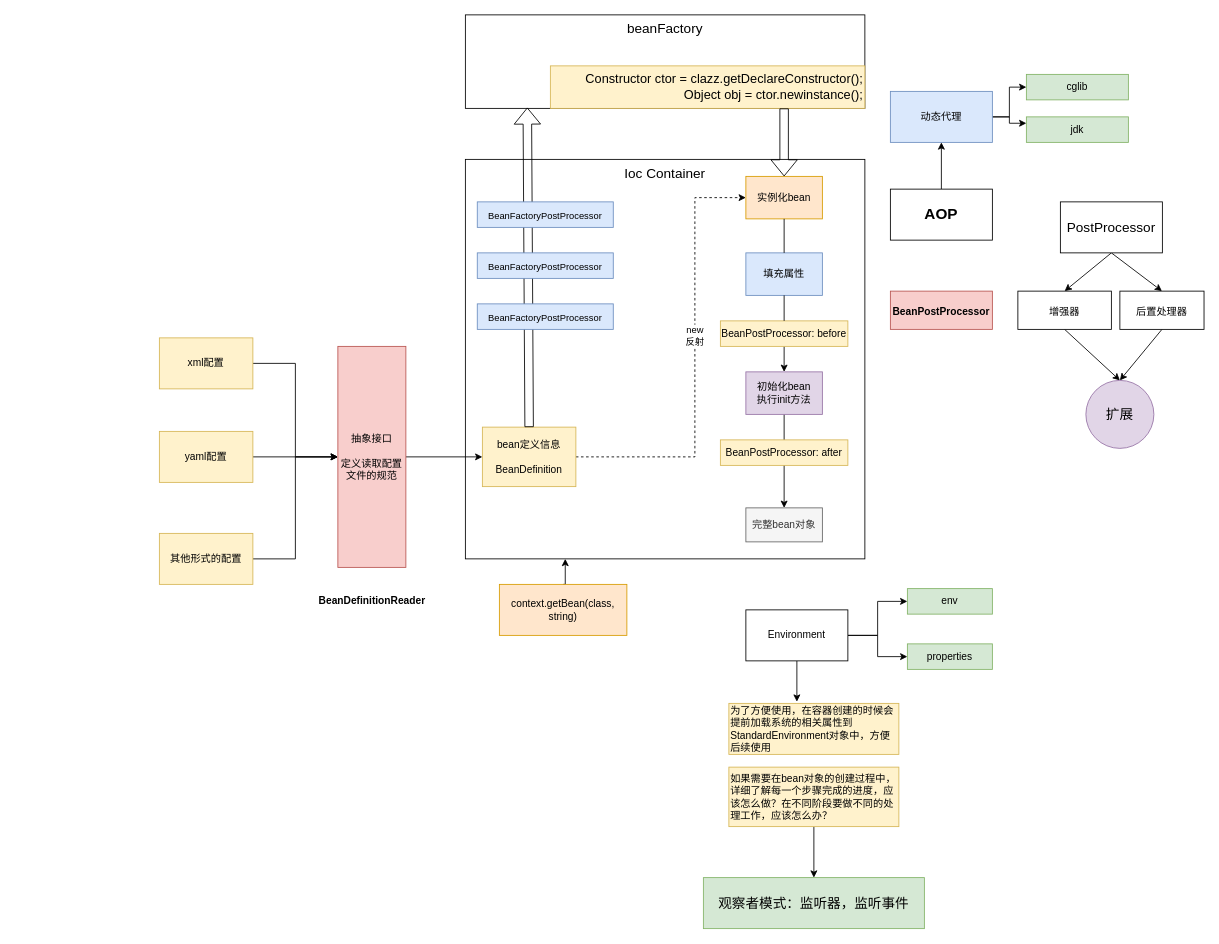
shizimin123/draw keeps this draw.io diagram as java/IOC.drawio. Above is the earlier version. Source tidied: cells renumbered, new cells numbered last; positions are measured from the earlier drawing's top-left corner, leaving out a move shared by most shapes. Both pictures are drawn from the tidied source at 85%, with x=0, y=0 at pixel (159, 14).
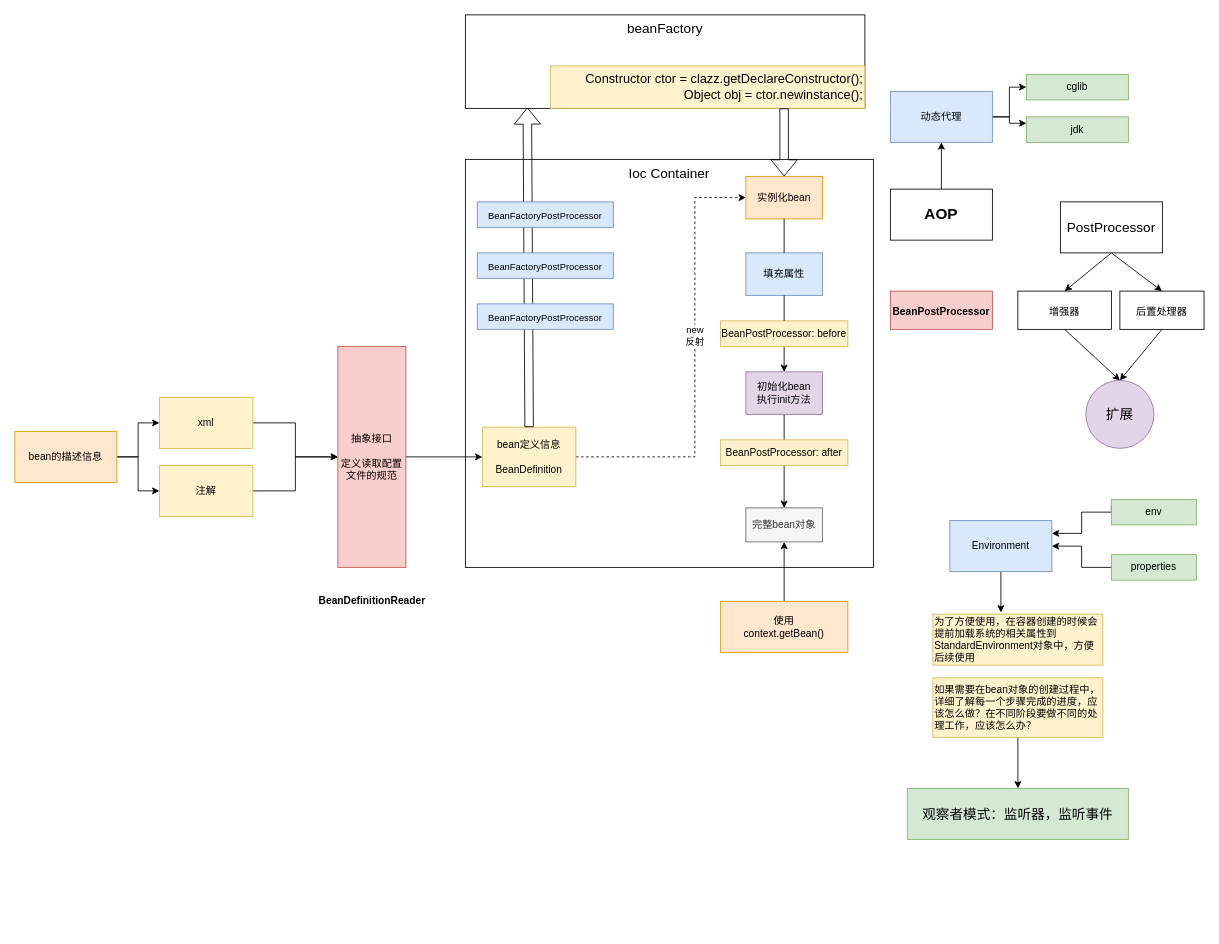
Above is the later version.

Unchanged cells that the change refers to:
```xml
<mxCell id="10" value="抽象接口&lt;br&gt;&lt;br&gt;定义读取配置文件的规范" style="rounded=0;whiteSpace=wrap;html=1;fillColor=#f8cecc;strokeColor=#b85450;" parent="1" vertex="1">
  <mxGeometry x="210" y="390" width="80" height="260" as="geometry" />
</mxCell>
<mxCell id="21" value="完整bean对象" style="rounded=0;whiteSpace=wrap;html=1;fillColor=#f5f5f5;fontColor=#333333;strokeColor=#666666;" parent="1" vertex="1">
  <mxGeometry x="690" y="580" width="90" height="40" as="geometry" />
</mxCell>
```

What changed in the source:
```diff
@@
     <mxCell id="2" value="&lt;font style=&quot;font-size: 16px&quot;&gt;Ioc Container&lt;/font&gt;" style="whiteSpace=wrap;html=1;align=center;verticalAlign=top;" parent="1" vertex="1">
-      <mxGeometry x="360" y="170" width="470" height="470" as="geometry" />
+      <mxGeometry x="360" y="170" width="480" height="480" as="geometry" />
     </mxCell>
-    <mxCell id="3" style="edgeStyle=orthogonalEdgeStyle;rounded=0;jettySize=auto;html=1;exitX=0.5;exitY=0;exitDx=0;exitDy=0;entryX=0.25;entryY=1;entryDx=0;entryDy=0;" parent="1" edge="1" source="4" target="2">
+    <mxCell id="3" style="edgeStyle=orthogonalEdgeStyle;rounded=0;jettySize=auto;html=1;exitX=0.5;exitY=0;exitDx=0;exitDy=0;entryX=0.5;entryY=1;entryDx=0;entryDy=0;" parent="1" edge="1" source="4" target="21">
       <mxGeometry relative="1" as="geometry" />
     </mxCell>
-    <mxCell id="4" value="context.getBean(class,&lt;br&gt;string)" style="rounded=0;whiteSpace=wrap;html=1;fillColor=#ffe6cc;strokeColor=#d79b00;" parent="1" vertex="1">
-      <mxGeometry x="400" y="670" width="150" height="60" as="geometry" />
+    <mxCell id="4" value="使用&lt;br&gt;context.getBean()" style="rounded=0;whiteSpace=wrap;html=1;fillColor=#ffe6cc;strokeColor=#d79b00;" parent="1" vertex="1">
+      <mxGeometry x="660" y="690" width="150" height="60" as="geometry" />
     </mxCell>
@@
-    <mxCell id="6" value="xml配置" style="rounded=0;whiteSpace=wrap;html=1;fillColor=#fff2cc;strokeColor=#d6b656;" parent="1" vertex="1">
-      <mxGeometry y="380" width="110" height="60" as="geometry" />
+    <mxCell id="6" value="xml" style="rounded=0;whiteSpace=wrap;html=1;fillColor=#fff2cc;strokeColor=#d6b656;" parent="1" vertex="1">
+      <mxGeometry y="450" width="110" height="60" as="geometry" />
     </mxCell>
@@
-    <mxCell id="8" value="yaml配置" style="rounded=0;whiteSpace=wrap;html=1;fillColor=#fff2cc;strokeColor=#d6b656;" parent="1" vertex="1">
-      <mxGeometry y="490" width="110" height="60" as="geometry" />
+    <mxCell id="8" value="注解" style="rounded=0;whiteSpace=wrap;html=1;fillColor=#fff2cc;strokeColor=#d6b656;" parent="1" vertex="1">
+      <mxGeometry y="530" width="110" height="60" as="geometry" />
     </mxCell>
@@
-    <mxCell id="11" style="edgeStyle=orthogonalEdgeStyle;rounded=0;jettySize=auto;html=1;exitX=1;exitY=0.5;exitDx=0;exitDy=0;entryX=0;entryY=0.5;entryDx=0;entryDy=0;" parent="1" edge="1" source="12" target="10">
-      <mxGeometry relative="1" as="geometry" />
-    </mxCell>
-    <mxCell id="12" value="其他形式的配置" style="rounded=0;whiteSpace=wrap;html=1;fillColor=#fff2cc;strokeColor=#d6b656;" parent="1" vertex="1">
-      <mxGeometry y="610" width="110" height="60" as="geometry" />
-    </mxCell>
@@
-    <mxCell id="50" style="edgeStyle=orthogonalEdgeStyle;rounded=0;jettySize=auto;html=1;exitX=1;exitY=0.5;exitDx=0;exitDy=0;entryX=0;entryY=0.5;entryDx=0;entryDy=0;fontSize=12;" parent="1" edge="1" source="53" target="54">
-      <mxGeometry relative="1" as="geometry" />
-    </mxCell>
-    <mxCell id="51" style="edgeStyle=orthogonalEdgeStyle;rounded=0;jettySize=auto;html=1;exitX=1;exitY=0.5;exitDx=0;exitDy=0;entryX=0;entryY=0.5;entryDx=0;entryDy=0;fontSize=12;" parent="1" edge="1" source="53" target="55">
-      <mxGeometry relative="1" as="geometry" />
-    </mxCell>
@@
-    <mxCell id="53" value="Environment" style="rounded=0;whiteSpace=wrap;html=1;fontSize=12;" parent="1" vertex="1">
-      <mxGeometry x="690" y="700" width="120" height="60" as="geometry" />
+    <mxCell id="53" value="Environment" style="rounded=0;whiteSpace=wrap;html=1;fontSize=12;fillColor=#dae8fc;strokeColor=#6c8ebf;" parent="1" vertex="1">
+      <mxGeometry x="930" y="595" width="120" height="60" as="geometry" />
     </mxCell>
+    <mxCell id="60" style="edgeStyle=orthogonalEdgeStyle;rounded=0;jettySize=auto;html=1;exitX=0;exitY=0.25;exitDx=0;exitDy=0;entryX=1;entryY=0.25;entryDx=0;entryDy=0;" parent="1" edge="1" source="54" target="53">
+      <mxGeometry relative="1" as="geometry">
+        <Array as="points">
+          <mxPoint x="1120" y="585" />
+          <mxPoint x="1085" y="585" />
+          <mxPoint x="1085" y="610" />
+        </Array>
+      </mxGeometry>
+    </mxCell>
     <mxCell id="54" value="env" style="rounded=0;whiteSpace=wrap;html=1;fontSize=12;fillColor=#d5e8d4;strokeColor=#82b366;" parent="1" vertex="1">
-      <mxGeometry x="880" y="675" width="100" height="30" as="geometry" />
+      <mxGeometry x="1120" y="570" width="100" height="30" as="geometry" />
     </mxCell>
+    <mxCell id="61" style="edgeStyle=orthogonalEdgeStyle;rounded=0;jettySize=auto;html=1;exitX=0;exitY=0.5;exitDx=0;exitDy=0;entryX=1;entryY=0.5;entryDx=0;entryDy=0;" parent="1" edge="1" source="55" target="53">
+      <mxGeometry relative="1" as="geometry" />
+    </mxCell>
     <mxCell id="55" value="properties" style="rounded=0;whiteSpace=wrap;html=1;fontSize=12;fillColor=#d5e8d4;strokeColor=#82b366;" parent="1" vertex="1">
-      <mxGeometry x="880" y="740" width="100" height="30" as="geometry" />
+      <mxGeometry x="1120" y="635" width="100" height="30" as="geometry" />
     </mxCell>
     <mxCell id="56" value="为了方便使用，在容器创建的时候会提前加载系统的相关属性到StandardEnvironment对象中，方便后续使用" style="rounded=0;whiteSpace=wrap;html=1;fontSize=12;align=left;fillColor=#fff2cc;strokeColor=#d6b656;" parent="1" vertex="1">
-      <mxGeometry x="670" y="810" width="200" height="60" as="geometry" />
+      <mxGeometry x="910" y="705" width="200" height="60" as="geometry" />
     </mxCell>
@@
     <mxCell id="58" value="如果需要在bean对象的创建过程中，详细了解每一个步骤完成的进度，应该怎么做？在不同阶段要做不同的处理工作，应该怎么办？" style="rounded=0;whiteSpace=wrap;html=1;fontSize=12;align=left;fillColor=#fff2cc;strokeColor=#d6b656;" parent="1" vertex="1">
-      <mxGeometry x="670" y="885" width="200" height="70" as="geometry" />
+      <mxGeometry x="910" y="780" width="200" height="70" as="geometry" />
     </mxCell>
     <mxCell id="59" value="观察者模式：监听器，监听事件" style="rounded=0;whiteSpace=wrap;html=1;fontSize=16;fillColor=#d5e8d4;strokeColor=#82b366;" parent="1" vertex="1">
-      <mxGeometry x="640" y="1015" width="260" height="60" as="geometry" />
+      <mxGeometry x="880" y="910" width="260" height="60" as="geometry" />
     </mxCell>
+    <mxCell id="62" style="edgeStyle=orthogonalEdgeStyle;rounded=0;jettySize=auto;html=1;exitX=1;exitY=0.5;exitDx=0;exitDy=0;entryX=0;entryY=0.5;entryDx=0;entryDy=0;" parent="1" edge="1" source="64" target="6">
+      <mxGeometry relative="1" as="geometry" />
+    </mxCell>
+    <mxCell id="63" style="edgeStyle=orthogonalEdgeStyle;rounded=0;jettySize=auto;html=1;exitX=1;exitY=0.5;exitDx=0;exitDy=0;entryX=0;entryY=0.5;entryDx=0;entryDy=0;" parent="1" edge="1" source="64" target="8">
+      <mxGeometry relative="1" as="geometry" />
+    </mxCell>
+    <mxCell id="64" value="bean的描述信息" style="rounded=0;whiteSpace=wrap;html=1;fillColor=#ffe6cc;strokeColor=#d79b00;" parent="1" vertex="1">
+      <mxGeometry x="-170" y="490" width="120" height="60" as="geometry" />
+    </mxCell>
```
